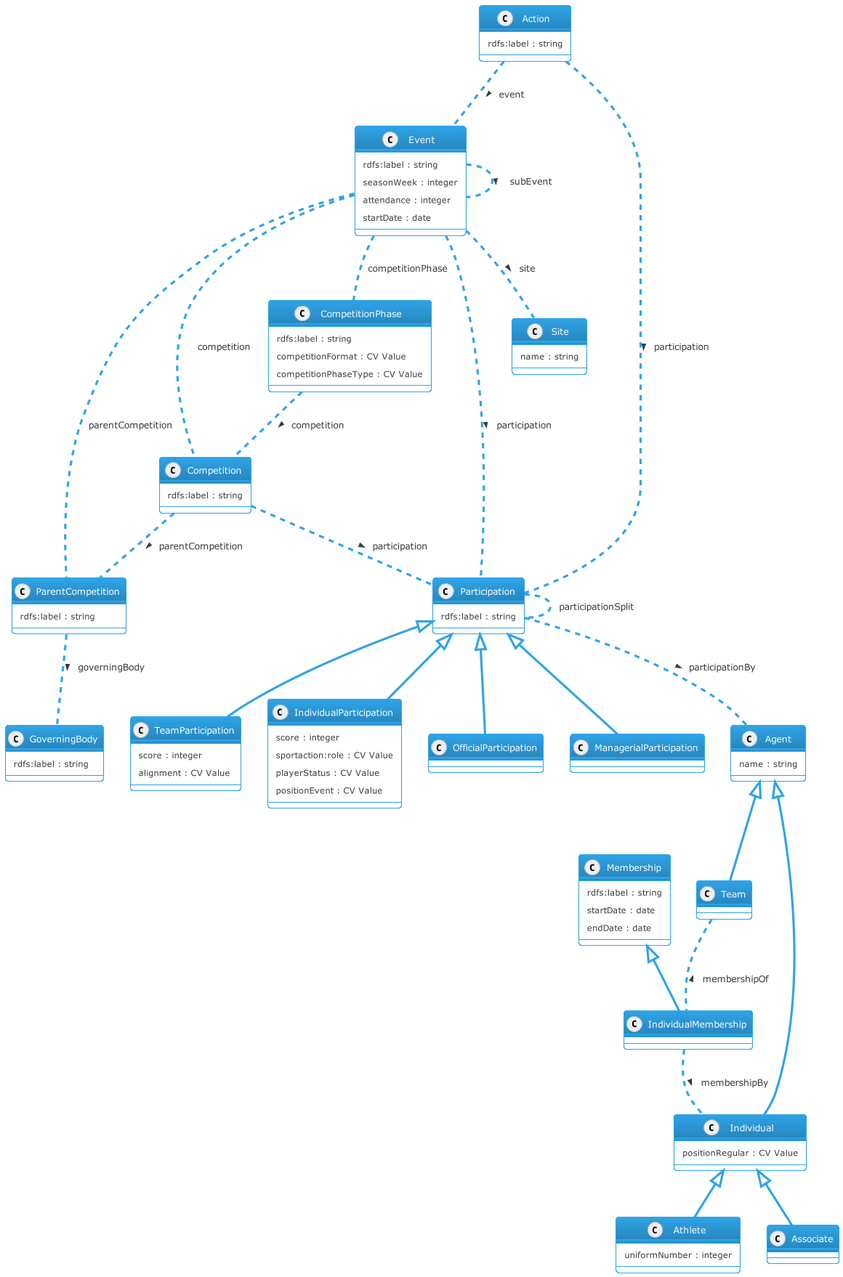
Earlier version of the PlantUML export docs/diagrams/iptc-sport-model.png (iptc/sport-schema).
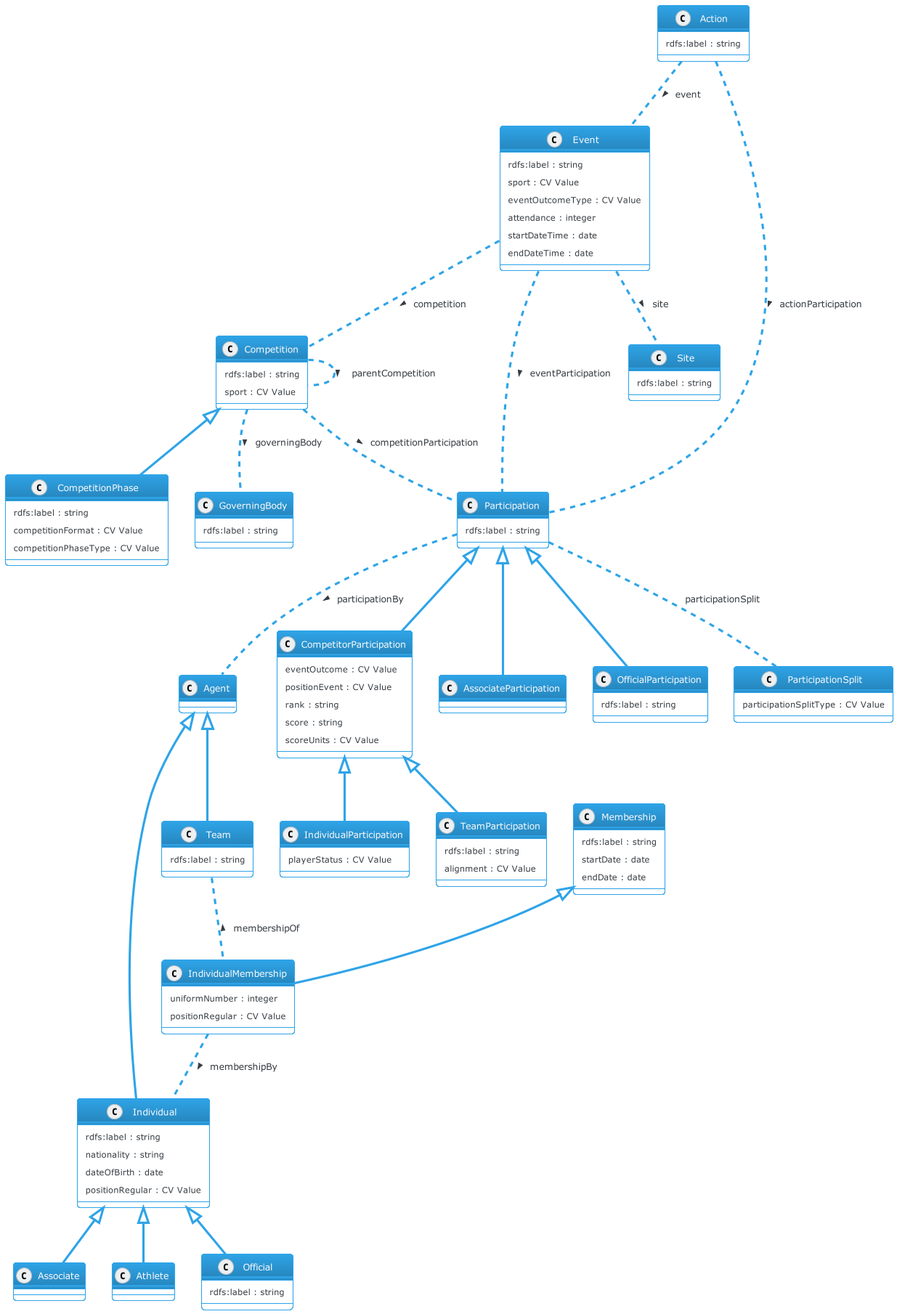
Later version of the same file.

Diff of the diagram source:
```diff
@@ -2,16 +2,30 @@
 !theme cerulean-outline
 
 
-class GoverningBody {
+class Action {
   rdfs:label : string
 }
 
-class ParentCompetition {
-  rdfs:label : string
+class Agent {
+}
+
+class Associate {
+}
+
+class Athlete {
 }
 
 class Competition {
   rdfs:label : string
+  sport : CV Value
+}
+
+class CompetitorParticipation {
+  eventOutcome : CV Value
+  positionEvent : CV Value
+  rank : string
+  score : string
+  scoreUnits : CV Value
 }
 
 class CompetitionPhase {
@@ -22,12 +36,47 @@
 
 class Event {
   rdfs:label : string
-  seasonWeek : integer
+  sport : CV Value
+  eventOutcomeType : CV Value
   attendance : integer
-  startDate : date
+  startDateTime : date
+  endDateTime : date
 }
 
-class Action {
+class GoverningBody {
+  rdfs:label : string
+}
+
+class Individual {
+  rdfs:label : string
+  nationality : string
+  dateOfBirth : date
+  positionRegular : CV Value
+}
+
+class IndividualMembership {
+  uniformNumber : integer
+  positionRegular : CV Value
+}
+
+class IndividualParticipation {
+  playerStatus : CV Value
+}
+
+class AssociateParticipation {
+}
+
+class Membership {
+  rdfs:label : string
+  startDate : date
+  endDate : date
+}
+
+class Official {
+  rdfs:label : string
+}
+
+class OfficialParticipation {
   rdfs:label : string
 }
 
@@ -35,75 +84,48 @@
   rdfs:label : string
 }
 
-Participation <|-- TeamParticipation
+class ParticipationSplit {
+  participationSplitType : CV Value
+}
+
+class Site {
+  rdfs:label : string
+}
+
+class Team {
+  rdfs:label : string
+}
+
 class TeamParticipation {
-  score : integer
+  rdfs:label : string
   alignment : CV Value
 }
 
-Participation <|-- IndividualParticipation
-class IndividualParticipation {
-  score : integer
-  sportaction:role : CV Value
-  playerStatus : CV Value
-  positionEvent : CV Value
-}
 
+Competition <|-- CompetitionPhase
+CompetitorParticipation <|-- TeamParticipation
+CompetitorParticipation <|-- IndividualParticipation
+Participation <|-- CompetitorParticipation
 Participation <|-- OfficialParticipation
-class OfficialParticipation { }
-
-Participation <|-- ManagerialParticipation
-class ManagerialParticipation { }
-
-class Membership {
-  rdfs:label : string
-  startDate : date
-  endDate : date
-}
-
+Participation <|-- AssociateParticipation
 Membership <|-- IndividualMembership
-class IndividualMembership {
-}
-
-class Agent {
-  name : string
-}
-
 Agent <|-- Team
-class Team { }
-
 Agent <|-- Individual
-class Individual {
-  positionRegular : CV Value
-}
-
 Individual <|-- Athlete
-class Athlete {
-  uniformNumber : integer
-}
-
 Individual <|-- Associate
-class Associate { }
-
-class Site {
-  name : string
-}
+Individual <|-- Official
 
 
 Action .. Event : > event
-Competition .. ParentCompetition : > parentCompetition
-CompetitionPhase .. Competition : > competition
-ParentCompetition .. GoverningBody : > governingBody
-Event .. Competition : competition
-Event .. ParentCompetition : parentCompetition
-Event .. CompetitionPhase : competitionPhase
-Action .. Participation : > participation
-Event .. Participation : > participation
-Competition .. Participation : > participation
-Participation .. Participation : participationSplit
-Event .. Event : > subEvent
+Action .. Participation : > actionParticipation
+Competition .. Competition : > parentCompetition
+Competition .. GoverningBody : > governingBody
+Competition .. Participation : > competitionParticipation
+Event .. Competition : > competition
+Event .. Participation : > eventParticipation
+Event .. Site :  > site
+IndividualMembership .. Individual : > membershipBy
 Participation .. Agent : > participationBy
+Participation .. ParticipationSplit : participationSplit
 Team .. IndividualMembership : < membershipOf
-IndividualMembership .. Individual : > membershipBy
-Event .. Site :  > site
 @enduml
```
